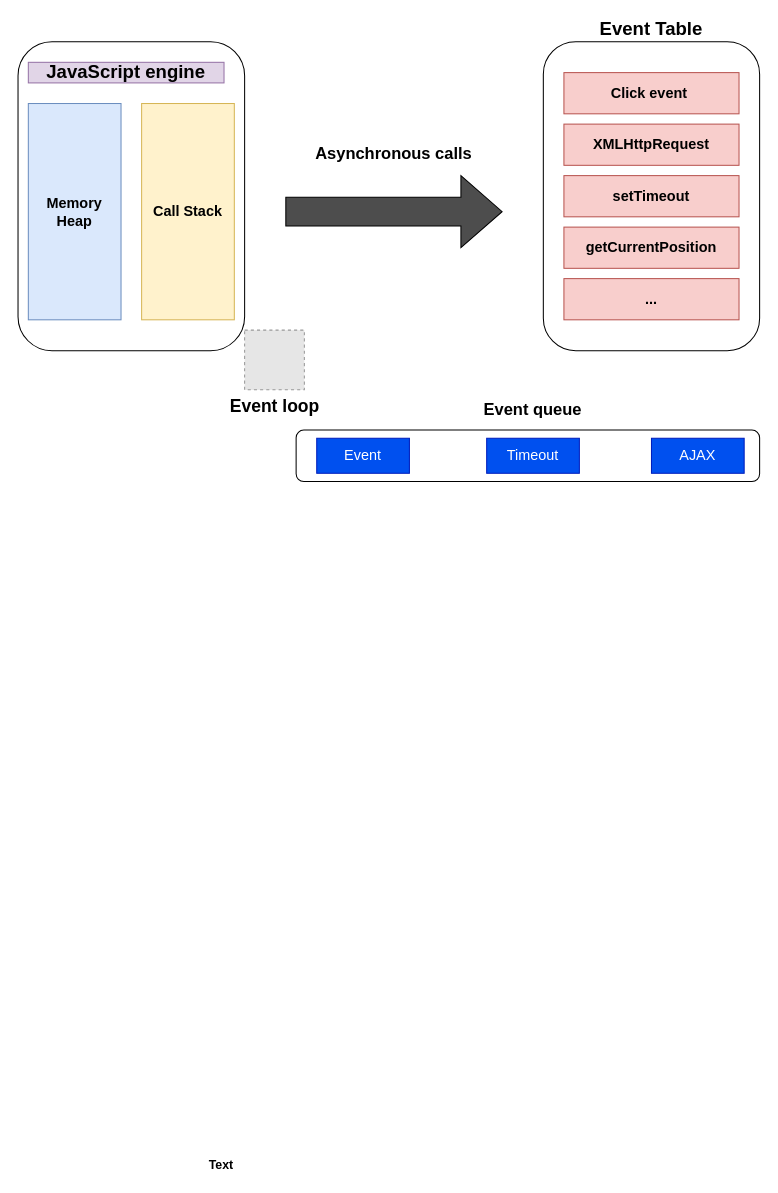
Earlier version of the draw.io diagram images/js_async.drawio (oschweitzer/learning-resources). Source tidied: cells renumbered, new cells numbered last; positions are measured from the earlier drawing's top-left corner, leaving out a move shared by most shapes. Both pictures are drawn from the tidied source at 103%, with x=0, y=0 at pixel (18, 19). Pictures stored in the file or linked from it are replaced by grey dashed boxes.
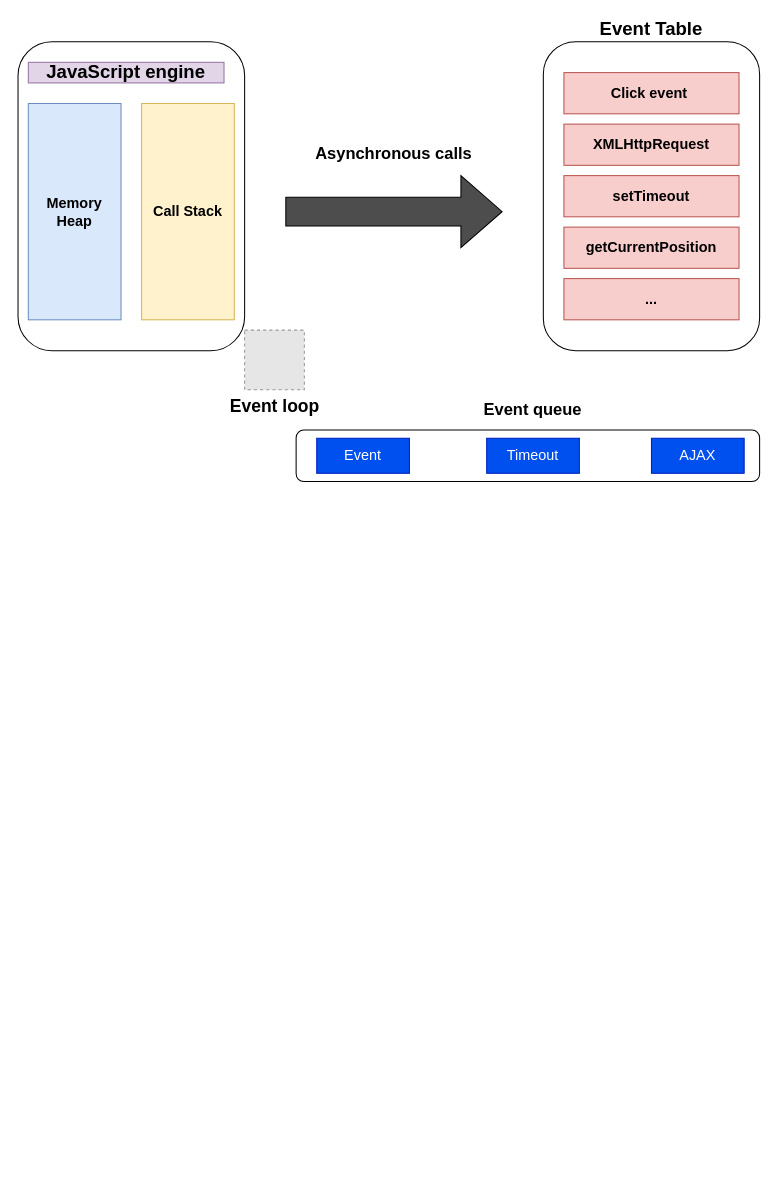
The same page after the edit.

Commit message (it also covers changes not shown here):
fix(images): remove useless text widget

Diff of the diagram source:
```diff
@@
-    <mxCell id="2" value="Text" style="text;html=1;align=center;verticalAlign=middle;fontFamily=Ubuntu Mono;FType=g;fontSize=12;fontStyle=1;" parent="1" vertex="1">
-      <mxGeometry x="177" y="1103" width="40" height="20" as="geometry" />
-    </mxCell>
```
